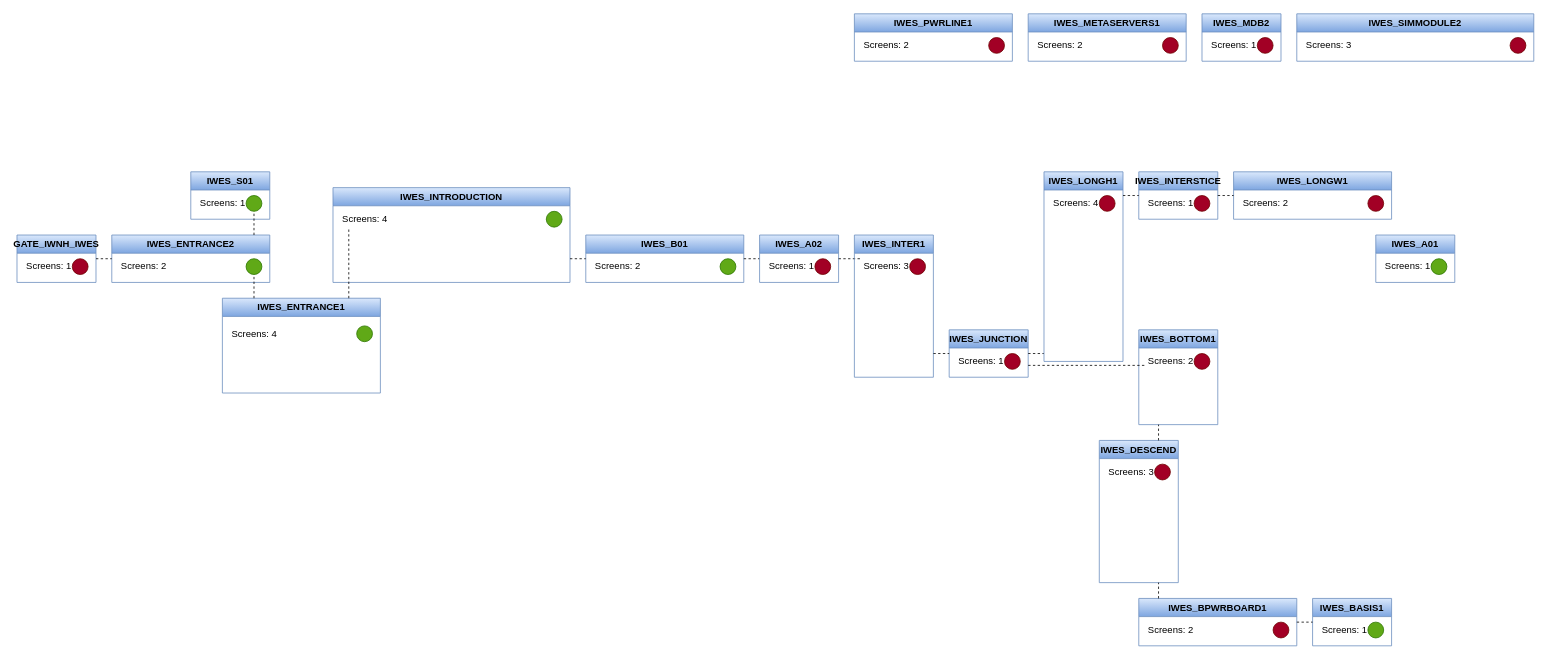
Earlier version of the draw.io diagram page "Encapsulated Systems" (3 of 3) of bonus/Regions.drawio (TabbyFlux/Implicit-Worlds). Source tidied: cells renumbered, new cells numbered last; positions are measured from the earlier drawing's top-left corner, leaving out a move shared by most shapes. Both pictures are drawn from the tidied source at 79%, with x=0, y=0 at pixel (17, 13).
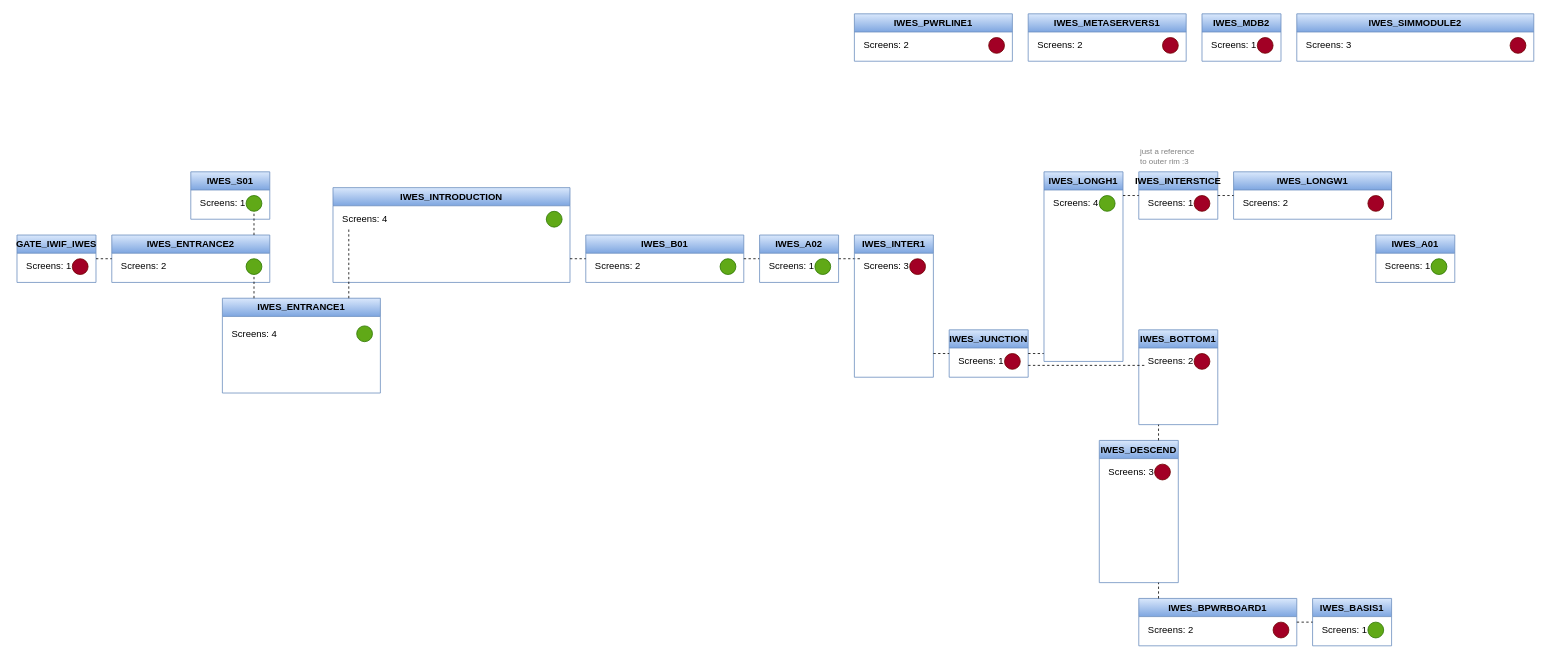
The same diagram, later.

The change refers to these unchanged cells:
```xml
<mxCell id="44" value="IWES_A02" style="swimlane;whiteSpace=wrap;html=1;fillColor=#dae8fc;gradientColor=#7ea6e0;strokeColor=#6c8ebf;" parent="1" vertex="1">
  <mxGeometry x="940" y="280" width="100" height="60" as="geometry" />
</mxCell>
<mxCell id="60" value="IWES_LONGH1" style="swimlane;whiteSpace=wrap;html=1;fillColor=#dae8fc;gradientColor=#7ea6e0;strokeColor=#6c8ebf;" parent="1" vertex="1">
  <mxGeometry x="1300" y="200" width="100" height="240" as="geometry" />
</mxCell>
```

The edit, as a diff of the source:
```diff
@@
-    <mxCell id="12" value="GATE_IWNH_IWES" style="swimlane;whiteSpace=wrap;html=1;fillColor=#dae8fc;gradientColor=#7ea6e0;strokeColor=#6c8ebf;" parent="1" vertex="1">
+    <mxCell id="12" value="GATE_IWIF_IWES" style="swimlane;whiteSpace=wrap;html=1;fillColor=#dae8fc;gradientColor=#7ea6e0;strokeColor=#6c8ebf;" parent="1" vertex="1">
       <mxGeometry y="280" width="100" height="60" as="geometry" />
     </mxCell>
@@
-    <mxCell id="46" style="ellipse;whiteSpace=wrap;html=1;fillColor=#a20025;strokeColor=#6F0000;fontColor=#ffffff;" parent="44" vertex="1">
+    <mxCell id="46" style="ellipse;whiteSpace=wrap;html=1;fillColor=#60a917;strokeColor=#2D7600;fontColor=#ffffff;" parent="44" vertex="1">
       <mxGeometry x="70" y="30" width="20" height="20" as="geometry" />
     </mxCell>
@@
-    <mxCell id="62" style="ellipse;whiteSpace=wrap;html=1;fillColor=#a20025;strokeColor=#6F0000;fontColor=#ffffff;" parent="60" vertex="1">
+    <mxCell id="62" style="ellipse;whiteSpace=wrap;html=1;fillColor=#60a917;strokeColor=#2D7600;fontColor=#ffffff;" parent="60" vertex="1">
       <mxGeometry x="70" y="30" width="20" height="20" as="geometry" />
     </mxCell>
@@
+    <mxCell id="80" value="just a reference to outer rim :3" style="text;html=1;align=left;verticalAlign=middle;whiteSpace=wrap;rounded=0;fontSize=10;fontColor=#808080;" parent="1" vertex="1">
+      <mxGeometry x="1420" y="160" width="80" height="40" as="geometry" />
+    </mxCell>
```
